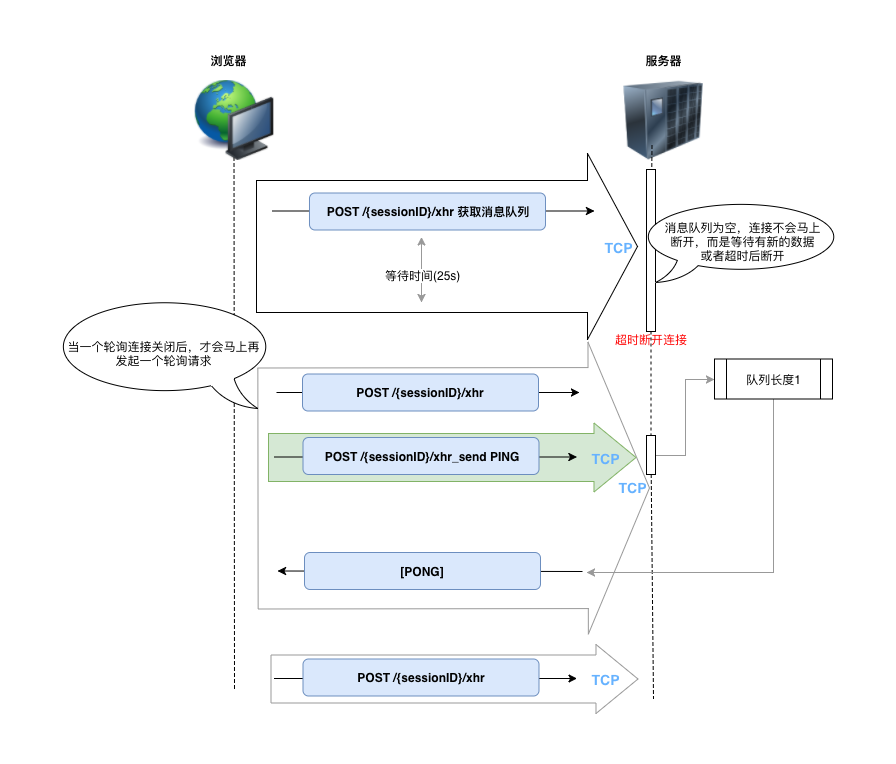
This is source/images/sockjs/polling.png from ivan-94/bobi.ink, a draw.io export, as it was before one commit. Source tidied: cells renumbered, new cells last; positions are measured from the earlier drawing's top-left corner, leaving out a move shared by most shapes. Source of this version:
```xml
<mxGraphModel>
  <root>
    <mxCell id="0" />
    <mxCell id="1" parent="0" />
    <mxCell id="2" style="shape=flexArrow;endArrow=classic;html=1;strokeColor=#999999;width=48;endSize=13.67;" parent="1" edge="1">
      <mxGeometry relative="1" as="geometry">
        <mxPoint x="220" y="628.5" as="sourcePoint" />
        <mxPoint x="588" y="628.5" as="targetPoint" />
      </mxGeometry>
    </mxCell>
    <mxCell id="3" style="shape=flexArrow;endArrow=classic;html=1;strokeColor=#999999;width=241;endSize=20.11;endWidth=50;" parent="1" edge="1">
      <mxGeometry relative="1" as="geometry">
        <mxPoint x="207" y="438" as="sourcePoint" />
        <mxPoint x="599.5" y="437.5" as="targetPoint" />
      </mxGeometry>
    </mxCell>
    <mxCell id="4" style="endArrow=none;dashed=1;html=1;" parent="1" edge="1">
      <mxGeometry relative="1" as="geometry">
        <mxPoint x="183.5" y="101" as="sourcePoint" />
        <mxPoint x="184" y="641" as="targetPoint" />
      </mxGeometry>
    </mxCell>
    <mxCell id="5" style="image;html=1;labelBackgroundColor=#ffffff;image=img/lib/clip_art/networking/UPS_128x128.png;" parent="1" vertex="1">
      <mxGeometry x="573" y="30" width="80" height="80" as="geometry" />
    </mxCell>
    <mxCell id="6" style="image;html=1;labelBackgroundColor=#ffffff;image=img/lib/clip_art/computers/Network_128x128.png;" parent="1" vertex="1">
      <mxGeometry x="144" y="30" width="80" height="80" as="geometry" />
    </mxCell>
    <mxCell id="7" value="浏览器" style="text;html=1;strokeColor=none;fillColor=none;align=center;verticalAlign=middle;whiteSpace=wrap;rounded=0;fontStyle=1;" parent="1" vertex="1">
      <mxGeometry x="158" width="40" height="20" as="geometry" />
    </mxCell>
    <mxCell id="8" value="服务器" style="text;html=1;strokeColor=none;fillColor=none;align=center;verticalAlign=middle;whiteSpace=wrap;rounded=0;fontStyle=1;" parent="1" vertex="1">
      <mxGeometry x="593" width="40" height="20" as="geometry" />
    </mxCell>
    <mxCell id="9" style="shape=flexArrow;endArrow=classic;html=1;endWidth=53;endSize=16.33;width=132;" parent="1" edge="1">
      <mxGeometry relative="1" as="geometry">
        <mxPoint x="205.5" y="196" as="sourcePoint" />
        <mxPoint x="587.5" y="196" as="targetPoint" />
      </mxGeometry>
    </mxCell>
    <mxCell id="10" style="endArrow=classic;html=1;" parent="1" edge="1">
      <mxGeometry relative="1" as="geometry">
        <mxPoint x="222" y="160.5" as="sourcePoint" />
        <mxPoint x="544" y="160.5" as="targetPoint" />
      </mxGeometry>
    </mxCell>
    <mxCell id="11" value="&lt;b&gt;POST /{sessionID}/xhr 获取消息队列&lt;/b&gt;" style="rounded=1;whiteSpace=wrap;html=1;fillColor=#dae8fc;strokeColor=#6c8ebf;" parent="1" vertex="1">
      <mxGeometry x="259" y="142.5" width="236" height="37" as="geometry" />
    </mxCell>
    <mxCell id="12" value="&lt;font style=&quot;font-size: 14px&quot; color=&quot;#66b2ff&quot;&gt;&lt;b&gt;TCP&lt;/b&gt;&lt;/font&gt;" style="text;html=1;strokeColor=none;fillColor=none;align=center;verticalAlign=middle;whiteSpace=wrap;rounded=0;" parent="1" vertex="1">
      <mxGeometry x="548" y="186.5" width="40" height="20" as="geometry" />
    </mxCell>
    <mxCell id="13" style="group;" parent="1" vertex="1">
      <mxGeometry x="209" y="338" width="368" height="20" as="geometry" />
    </mxCell>
    <mxCell id="14" style="group;" parent="13" vertex="1">
      <mxGeometry width="368" height="20" as="geometry" />
    </mxCell>
    <mxCell id="15" style="endArrow=none;dashed=1;html=1;" parent="1" edge="1" source="23">
      <mxGeometry relative="1" as="geometry">
        <mxPoint x="603" y="648" as="targetPoint" />
      </mxGeometry>
    </mxCell>
    <mxCell id="16" style="rounded=0;whiteSpace=wrap;html=1;" parent="1" vertex="1">
      <mxGeometry x="596" y="119" width="9" height="162" as="geometry" />
    </mxCell>
    <mxCell id="17" style="endArrow=none;dashed=1;html=1;" parent="1" edge="1" target="16">
      <mxGeometry relative="1" as="geometry">
        <mxPoint x="601.5" y="95" as="sourcePoint" />
      </mxGeometry>
    </mxCell>
    <mxCell id="18" value="消息队列为空，连接不会马上&lt;br&gt;断开，而是等待有新的数据&lt;br&gt;或者超时后断开" style="whiteSpace=wrap;html=1;shape=mxgraph.basic.oval_callout;" parent="1" vertex="1">
      <mxGeometry x="588" y="150" width="207" height="82" as="geometry" />
    </mxCell>
    <mxCell id="19" value="&lt;font color=&quot;#ff0000&quot;&gt;超时断开连接&lt;/font&gt;" style="text;html=1;align=left;verticalAlign=top;spacingTop=-4;" parent="1" vertex="1">
      <mxGeometry x="563" y="280" width="82" height="14" as="geometry" />
    </mxCell>
    <mxCell id="20" style="edgeStyle=orthogonalEdgeStyle;rounded=0;jettySize=auto;html=1;exitX=0.5;exitY=1;exitDx=0;exitDy=0;strokeColor=#999999;" parent="1" edge="1" source="21">
      <mxGeometry relative="1" as="geometry">
        <mxPoint x="536" y="522" as="targetPoint" />
        <Array as="points">
          <mxPoint x="723" y="522" />
        </Array>
      </mxGeometry>
    </mxCell>
    <mxCell id="21" value="队列长度1" style="shape=process;whiteSpace=wrap;html=1;backgroundOutline=1;" parent="1" vertex="1">
      <mxGeometry x="664" y="308.5" width="118" height="40" as="geometry" />
    </mxCell>
    <mxCell id="22" style="edgeStyle=orthogonalEdgeStyle;rounded=0;jettySize=auto;html=1;exitX=1;exitY=0.5;exitDx=0;exitDy=0;strokeColor=#999999;entryX=0;entryY=0.5;entryDx=0;entryDy=0;" parent="1" edge="1" source="23" target="21">
      <mxGeometry relative="1" as="geometry" />
    </mxCell>
    <mxCell id="23" style="rounded=0;whiteSpace=wrap;html=1;" parent="1" vertex="1">
      <mxGeometry x="596" y="385" width="9" height="39" as="geometry" />
    </mxCell>
    <mxCell id="24" style="endArrow=none;dashed=1;html=1;" parent="1" edge="1" source="16" target="23">
      <mxGeometry relative="1" as="geometry" />
    </mxCell>
    <mxCell id="25" style="endArrow=classic;startArrow=classic;html=1;strokeColor=#999999;" parent="1" edge="1">
      <mxGeometry relative="1" as="geometry">
        <mxPoint x="371" y="252" as="sourcePoint" />
        <mxPoint x="371" y="186.5" as="targetPoint" />
      </mxGeometry>
    </mxCell>
    <mxCell id="26" value="等待时间(25s)" style="text;html=1;align=center;verticalAlign=middle;labelBackgroundColor=#ffffff;" parent="25" vertex="1">
      <mxGeometry x="-0.14" y="-1" relative="1" as="geometry" />
    </mxCell>
    <mxCell id="27" style="group;" parent="1" vertex="1">
      <mxGeometry x="244.5" y="405" width="368" height="20" as="geometry" />
    </mxCell>
    <mxCell id="28" style="group;" parent="27" vertex="1">
      <mxGeometry width="368" height="20" as="geometry" />
    </mxCell>
    <mxCell id="29" value="&lt;font style=&quot;font-size: 14px&quot; color=&quot;#66b2ff&quot;&gt;&lt;b&gt;TCP&lt;/b&gt;&lt;/font&gt;" style="text;html=1;strokeColor=none;fillColor=none;align=center;verticalAlign=middle;whiteSpace=wrap;rounded=0;" parent="28" vertex="1">
      <mxGeometry x="317.2" y="22" width="41.5" height="20" as="geometry" />
    </mxCell>
    <mxCell id="30" style="endArrow=classic;html=1;" parent="1" edge="1">
      <mxGeometry relative="1" as="geometry">
        <mxPoint x="226" y="342" as="sourcePoint" />
        <mxPoint x="529" y="342" as="targetPoint" />
      </mxGeometry>
    </mxCell>
    <mxCell id="31" value="&lt;b&gt;POST /{sessionID}/xhr&lt;/b&gt;" style="rounded=1;whiteSpace=wrap;html=1;fillColor=#dae8fc;strokeColor=#6c8ebf;" parent="1" vertex="1">
      <mxGeometry x="252" y="323.5" width="236" height="37" as="geometry" />
    </mxCell>
    <mxCell id="32" style="endArrow=classic;html=1;" parent="1" edge="1">
      <mxGeometry relative="1" as="geometry">
        <mxPoint x="532" y="521" as="sourcePoint" />
        <mxPoint x="227" y="520.5" as="targetPoint" />
      </mxGeometry>
    </mxCell>
    <mxCell id="33" value="&lt;b&gt;[PONG]&lt;/b&gt;" style="rounded=1;whiteSpace=wrap;html=1;fillColor=#dae8fc;strokeColor=#6c8ebf;" parent="1" vertex="1">
      <mxGeometry x="254" y="502" width="236" height="37" as="geometry" />
    </mxCell>
    <mxCell id="34" value="当一个轮询连接关闭后，才会马上再&lt;br&gt;发起一个轮询请求" style="whiteSpace=wrap;html=1;shape=mxgraph.basic.oval_callout;flipH=1;" parent="1" vertex="1">
      <mxGeometry y="247" width="226" height="111" as="geometry" />
    </mxCell>
    <mxCell id="35" style="group;" parent="1" vertex="1">
      <mxGeometry x="217.5" y="619" width="368" height="20" as="geometry" />
    </mxCell>
    <mxCell id="36" style="group;" parent="35" vertex="1">
      <mxGeometry width="368" height="20" as="geometry" />
    </mxCell>
    <mxCell id="37" value="&lt;font style=&quot;font-size: 14px&quot; color=&quot;#66b2ff&quot;&gt;&lt;b&gt;TCP&lt;/b&gt;&lt;/font&gt;" style="text;html=1;strokeColor=none;fillColor=none;align=center;verticalAlign=middle;whiteSpace=wrap;rounded=0;" parent="36" vertex="1">
      <mxGeometry x="317.2" width="41.5" height="20" as="geometry" />
    </mxCell>
    <mxCell id="38" style="endArrow=classic;html=1;" parent="1" edge="1">
      <mxGeometry relative="1" as="geometry">
        <mxPoint x="223.5" y="628" as="sourcePoint" />
        <mxPoint x="526.5" y="628" as="targetPoint" />
      </mxGeometry>
    </mxCell>
    <mxCell id="39" style="shape=flexArrow;endArrow=classic;html=1;strokeColor=#82b366;width=48;endSize=13.67;fillColor=#d5e8d4;" parent="1" edge="1">
      <mxGeometry relative="1" as="geometry">
        <mxPoint x="217.5" y="407" as="sourcePoint" />
        <mxPoint x="586" y="407" as="targetPoint" />
      </mxGeometry>
    </mxCell>
    <mxCell id="40" value="&lt;font style=&quot;font-size: 14px&quot; color=&quot;#66b2ff&quot;&gt;&lt;b&gt;TCP&lt;/b&gt;&lt;/font&gt;" style="text;html=1;strokeColor=none;fillColor=none;align=center;verticalAlign=middle;whiteSpace=wrap;rounded=0;" parent="1" vertex="1">
      <mxGeometry x="534.7" y="397.5" width="41.5" height="20" as="geometry" />
    </mxCell>
    <mxCell id="41" style="endArrow=classic;html=1;" parent="1" edge="1">
      <mxGeometry relative="1" as="geometry">
        <mxPoint x="223.5" y="406.5" as="sourcePoint" />
        <mxPoint x="526.5" y="406.5" as="targetPoint" />
      </mxGeometry>
    </mxCell>
    <mxCell id="42" value="&lt;b&gt;POST /{sessionID}/xhr_send PING&lt;/b&gt;" style="rounded=1;whiteSpace=wrap;html=1;fillColor=#dae8fc;strokeColor=#6c8ebf;" parent="1" vertex="1">
      <mxGeometry x="252.5" y="387" width="236" height="37" as="geometry" />
    </mxCell>
    <mxCell id="43" value="&lt;b&gt;POST /{sessionID}/xhr&lt;/b&gt;" style="rounded=1;whiteSpace=wrap;html=1;fillColor=#dae8fc;strokeColor=#6c8ebf;" parent="1" vertex="1">
      <mxGeometry x="252.5" y="608.5" width="236" height="37" as="geometry" />
    </mxCell>
  </root>
</mxGraphModel>
```
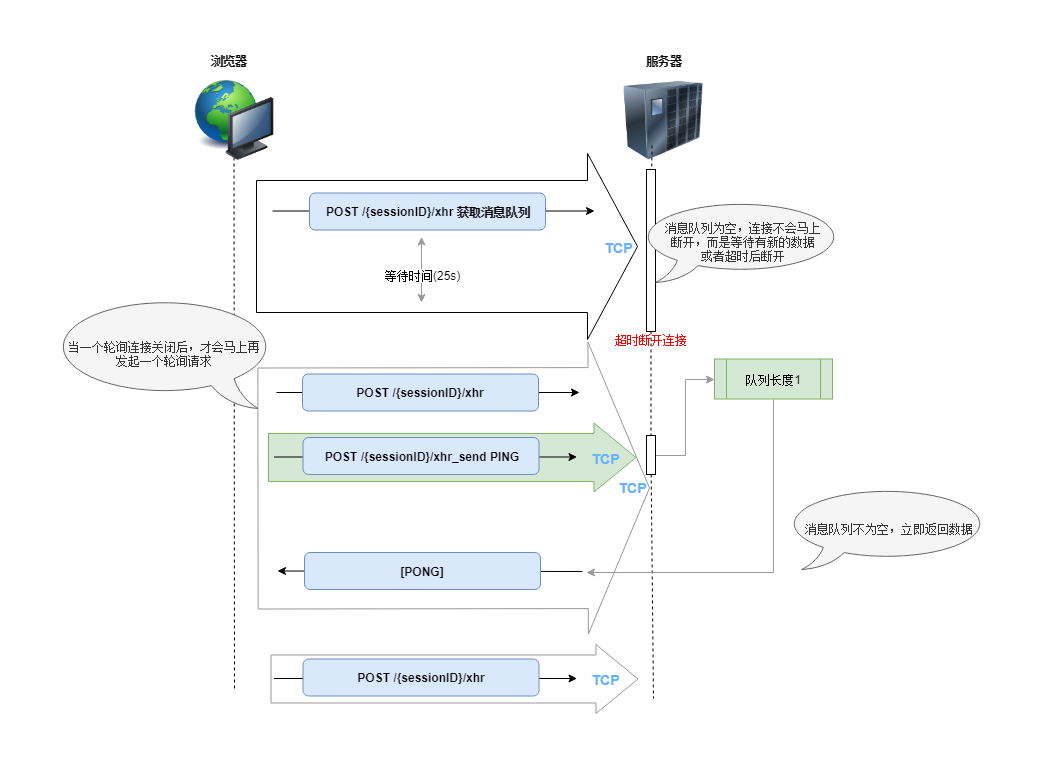
After the commit.

What changed in the source:
```diff
@@ -69,7 +69,7 @@
         <mxPoint x="601.5" y="95" as="sourcePoint" />
       </mxGeometry>
     </mxCell>
-    <mxCell id="18" value="消息队列为空，连接不会马上&lt;br&gt;断开，而是等待有新的数据&lt;br&gt;或者超时后断开" style="whiteSpace=wrap;html=1;shape=mxgraph.basic.oval_callout;" parent="1" vertex="1">
+    <mxCell id="18" value="消息队列为空，连接不会马上&lt;br&gt;断开，而是等待有新的数据&lt;br&gt;或者超时后断开" style="whiteSpace=wrap;html=1;shape=mxgraph.basic.oval_callout;fillColor=#f5f5f5;strokeColor=#666666;fontColor=#333333;" parent="1" vertex="1">
       <mxGeometry x="588" y="150" width="207" height="82" as="geometry" />
     </mxCell>
     <mxCell id="19" value="&lt;font color=&quot;#ff0000&quot;&gt;超时断开连接&lt;/font&gt;" style="text;html=1;align=left;verticalAlign=top;spacingTop=-4;" parent="1" vertex="1">
@@ -83,7 +83,7 @@
         </Array>
       </mxGeometry>
     </mxCell>
-    <mxCell id="21" value="队列长度1" style="shape=process;whiteSpace=wrap;html=1;backgroundOutline=1;" parent="1" vertex="1">
+    <mxCell id="21" value="队列长度1" style="shape=process;whiteSpace=wrap;html=1;backgroundOutline=1;fillColor=#d5e8d4;strokeColor=#82b366;" parent="1" vertex="1">
       <mxGeometry x="664" y="308.5" width="118" height="40" as="geometry" />
     </mxCell>
     <mxCell id="22" style="edgeStyle=orthogonalEdgeStyle;rounded=0;jettySize=auto;html=1;exitX=1;exitY=0.5;exitDx=0;exitDy=0;strokeColor=#999999;entryX=0;entryY=0.5;entryDx=0;entryDy=0;" parent="1" edge="1" source="23" target="21">
@@ -131,7 +131,7 @@
     <mxCell id="33" value="&lt;b&gt;[PONG]&lt;/b&gt;" style="rounded=1;whiteSpace=wrap;html=1;fillColor=#dae8fc;strokeColor=#6c8ebf;" parent="1" vertex="1">
       <mxGeometry x="254" y="502" width="236" height="37" as="geometry" />
     </mxCell>
-    <mxCell id="34" value="当一个轮询连接关闭后，才会马上再&lt;br&gt;发起一个轮询请求" style="whiteSpace=wrap;html=1;shape=mxgraph.basic.oval_callout;flipH=1;" parent="1" vertex="1">
+    <mxCell id="34" value="当一个轮询连接关闭后，才会马上再&lt;br&gt;发起一个轮询请求" style="whiteSpace=wrap;html=1;shape=mxgraph.basic.oval_callout;flipH=1;fillColor=#f5f5f5;strokeColor=#666666;fontColor=#333333;" parent="1" vertex="1">
       <mxGeometry y="247" width="226" height="111" as="geometry" />
     </mxCell>
     <mxCell id="35" style="group;" parent="1" vertex="1">
@@ -170,5 +170,8 @@
     <mxCell id="43" value="&lt;b&gt;POST /{sessionID}/xhr&lt;/b&gt;" style="rounded=1;whiteSpace=wrap;html=1;fillColor=#dae8fc;strokeColor=#6c8ebf;" parent="1" vertex="1">
       <mxGeometry x="252.5" y="608.5" width="236" height="37" as="geometry" />
     </mxCell>
+    <mxCell id="44" value="消息队列不为空，立即返回数据" style="whiteSpace=wrap;html=1;shape=mxgraph.basic.oval_callout;fillColor=#f5f5f5;strokeColor=#666666;fontColor=#333333;" parent="1" vertex="1">
+      <mxGeometry x="734" y="437" width="207" height="82" as="geometry" />
+    </mxCell>
   </root>
 </mxGraphModel>
```
